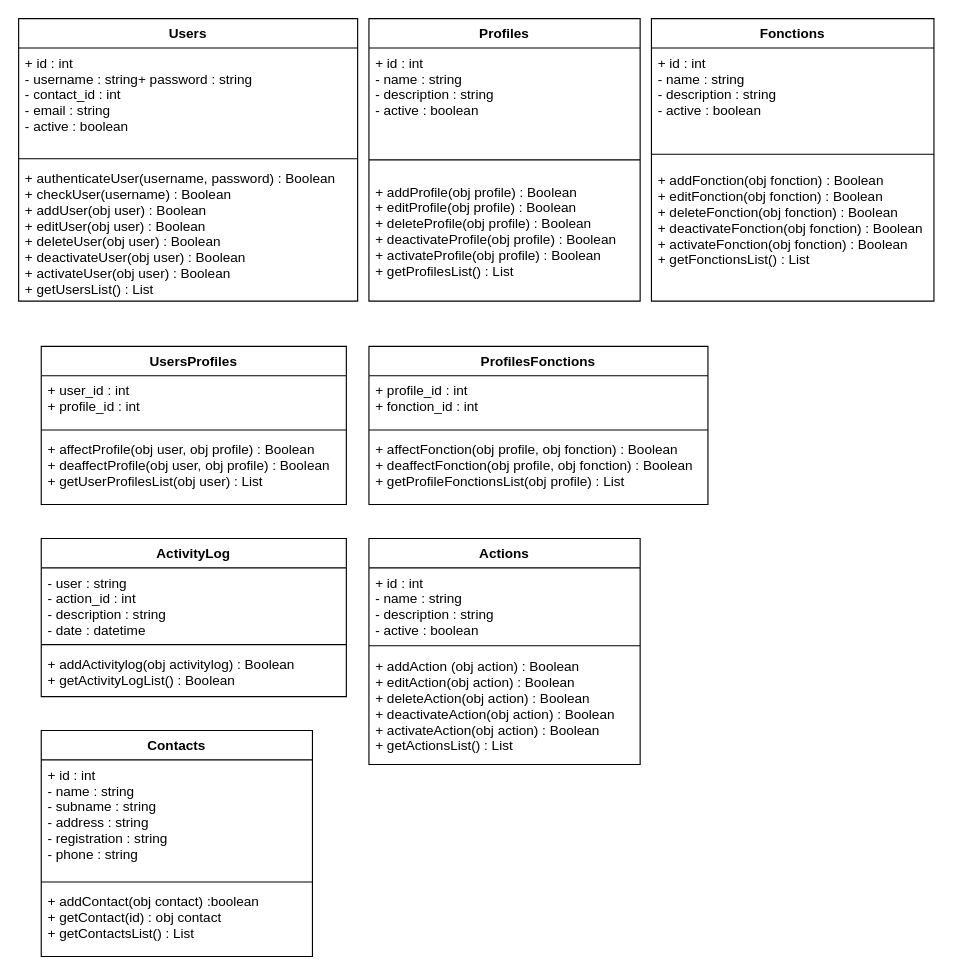
Earlier version of the draw.io diagram documentation/ClassesDiagram.drawio (MouhaBY/POS). Source tidied: cells renumbered, new cells numbered last; positions are measured from the earlier drawing's top-left corner, leaving out a move shared by most shapes. Both pictures are drawn from the tidied source at 113%, with x=0, y=0 at pixel (18, 18).
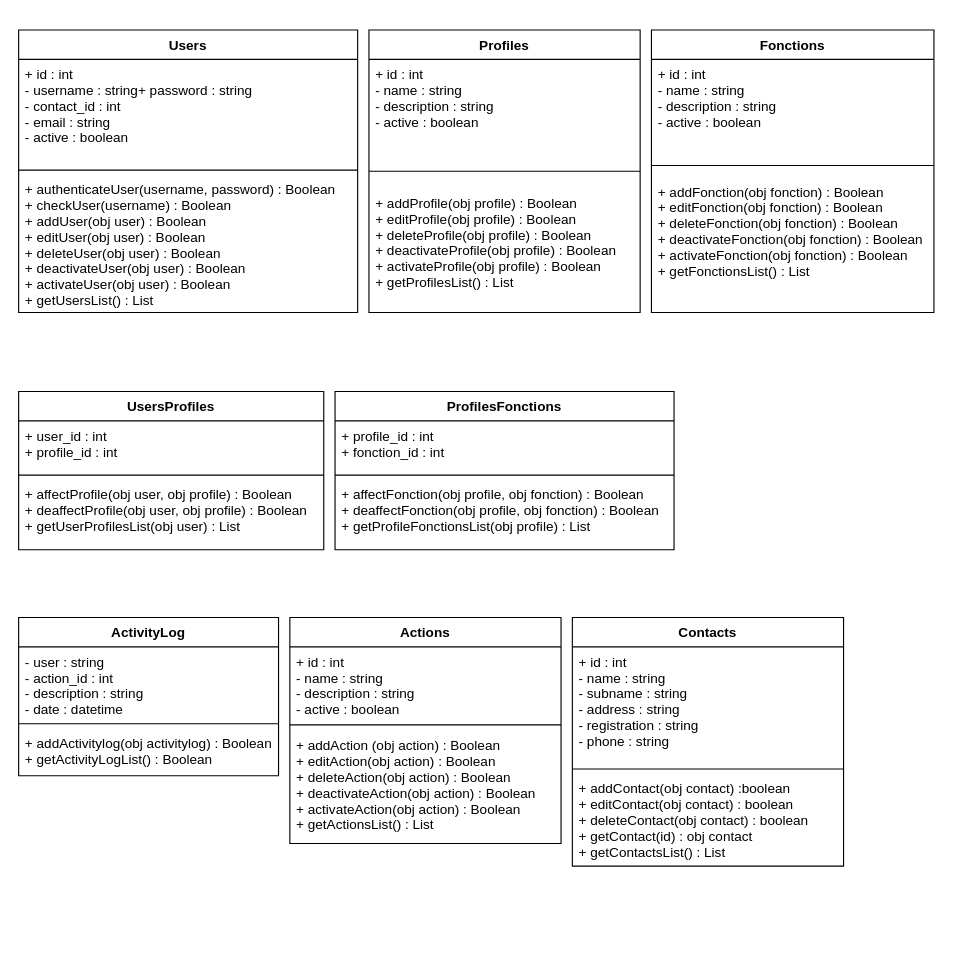
The same diagram, later.

What changed in the source:
```diff
@@
     <mxCell id="2" value="Fonctions" style="swimlane;fontStyle=1;align=center;verticalAlign=top;horizontal=1;startSize=26;" parent="1" vertex="1">
-      <mxGeometry x="560" width="250" height="250" as="geometry" />
+      <mxGeometry x="560" y="10" width="250" height="250" as="geometry" />
     </mxCell>
@@
     <mxCell id="6" value="Profiles" style="swimlane;fontStyle=1;align=center;verticalAlign=top;horizontal=1;startSize=26;" parent="1" vertex="1">
-      <mxGeometry x="310" width="240" height="250" as="geometry" />
+      <mxGeometry x="310" y="10" width="240" height="250" as="geometry" />
     </mxCell>
@@
     <mxCell id="10" value="Users" style="swimlane;fontStyle=1;align=center;verticalAlign=top;horizontal=1;startSize=26;" parent="1" vertex="1">
-      <mxGeometry width="300" height="250" as="geometry" />
+      <mxGeometry y="10" width="300" height="250" as="geometry" />
     </mxCell>
@@
     <mxCell id="14" value="UsersProfiles" style="swimlane;fontStyle=1;align=center;verticalAlign=top;horizontal=1;startSize=26;" parent="1" vertex="1">
-      <mxGeometry x="20" y="290" width="270" height="140" as="geometry" />
+      <mxGeometry y="330" width="270" height="140" as="geometry" />
     </mxCell>
@@
     <mxCell id="18" value="ProfilesFonctions" style="swimlane;fontStyle=1;align=center;verticalAlign=top;horizontal=1;startSize=26;" parent="1" vertex="1">
-      <mxGeometry x="310" y="290" width="300" height="140" as="geometry" />
+      <mxGeometry x="280" y="330" width="300" height="140" as="geometry" />
     </mxCell>
@@
     <mxCell id="22" value="ActivityLog" style="swimlane;fontStyle=1;align=center;verticalAlign=top;horizontal=1;startSize=26;" parent="1" vertex="1">
-      <mxGeometry x="20" y="460" width="270" height="140" as="geometry" />
+      <mxGeometry y="530" width="230" height="140" as="geometry" />
     </mxCell>
     <mxCell id="23" value="- user : string&#10;- action_id : int&#10;- description : string&#10;- date : datetime&#10;&#10;" style="text;strokeColor=none;fillColor=none;align=left;verticalAlign=top;spacingLeft=4;spacingRight=4;overflow=hidden;" parent="22" vertex="1">
-      <mxGeometry y="26" width="270" height="64" as="geometry" />
+      <mxGeometry y="26" width="230" height="64" as="geometry" />
     </mxCell>
     <mxCell id="24" style="line;strokeWidth=1;fillColor=none;align=left;verticalAlign=middle;spacingTop=-1;spacingLeft=3;spacingRight=3;labelPosition=right;" parent="22" vertex="1">
-      <mxGeometry y="90" width="270" height="8" as="geometry" />
+      <mxGeometry y="90" width="230" height="8" as="geometry" />
     </mxCell>
     <mxCell id="25" value="+ addActivitylog(obj activitylog) : Boolean&#10;+ getActivityLogList() : Boolean " style="text;strokeColor=none;fillColor=none;align=left;verticalAlign=top;spacingLeft=4;spacingRight=4;overflow=hidden;" parent="22" vertex="1">
-      <mxGeometry y="98" width="270" height="42" as="geometry" />
+      <mxGeometry y="98" width="230" height="42" as="geometry" />
     </mxCell>
     <mxCell id="26" value="Actions" style="swimlane;fontStyle=1;align=center;verticalAlign=top;horizontal=1;startSize=26;" parent="1" vertex="1">
-      <mxGeometry x="310" y="460" width="240" height="200" as="geometry" />
+      <mxGeometry x="240" y="530" width="240" height="200" as="geometry" />
     </mxCell>
@@
     <mxCell id="30" value="Contacts" style="swimlane;fontStyle=1;align=center;verticalAlign=top;horizontal=1;startSize=26;" parent="1" vertex="1">
-      <mxGeometry x="20" y="630" width="240" height="200" as="geometry" />
+      <mxGeometry x="490" y="530" width="240" height="220" as="geometry" />
     </mxCell>
@@
-    <mxCell id="33" value="+ addContact(obj contact) :boolean&#10;+ getContact(id) : obj contact&#10;+ getContactsList() : List&#10;" style="text;strokeColor=none;fillColor=none;align=left;verticalAlign=top;spacingLeft=4;spacingRight=4;overflow=hidden;" parent="30" vertex="1">
-      <mxGeometry y="138" width="240" height="62" as="geometry" />
+    <mxCell id="33" value="+ addContact(obj contact) :boolean&#10;+ editContact(obj contact) : boolean&#10;+ deleteContact(obj contact) : boolean&#10;+ getContact(id) : obj contact&#10;+ getContactsList() : List&#10;" style="text;strokeColor=none;fillColor=none;align=left;verticalAlign=top;spacingLeft=4;spacingRight=4;overflow=hidden;" parent="30" vertex="1">
+      <mxGeometry y="138" width="240" height="82" as="geometry" />
     </mxCell>
```
